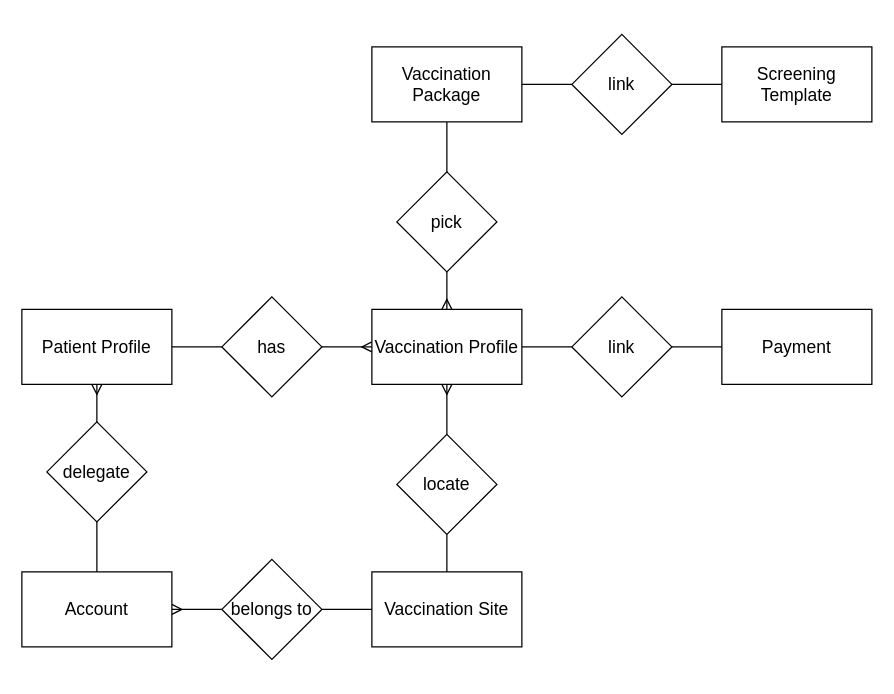
Before: page "ERD" (4 of 5) of docs/design.drawio in censodev/vrms-server, a draw.io diagram. Source tidied: cells renumbered, new cells numbered last; positions are measured from the earlier drawing's top-left corner, leaving out a move shared by most shapes. Both pictures are drawn from the tidied source at 125%, with x=0, y=0 at pixel (21, 34).
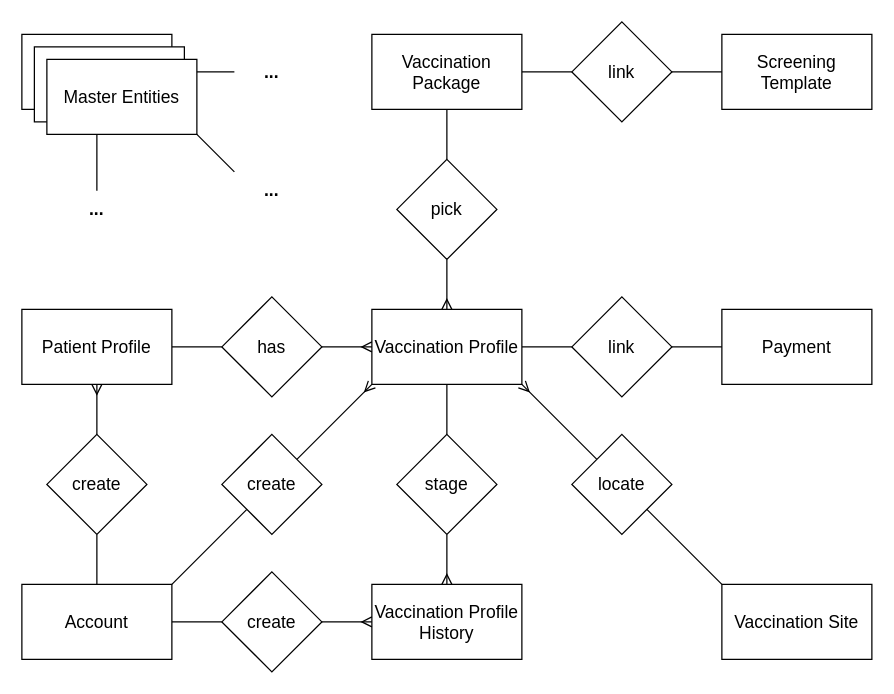
The same diagram, later.

Unchanged cells that the change refers to:
```xml
<mxCell id="9" value="Vaccination Profile" style="rounded=0;whiteSpace=wrap;html=1;fontSize=14;direction=east;" parent="1" vertex="1">
  <mxGeometry x="280" y="220" width="120" height="60" as="geometry" />
</mxCell>
```

Diff of the diagram source:
```diff
@@
+    <mxCell id="30" style="edgeStyle=none;rounded=0;jettySize=auto;html=1;exitX=0.5;exitY=1;exitDx=0;exitDy=0;entryX=0.5;entryY=0;entryDx=0;entryDy=0;fontSize=14;endArrow=none;endFill=0;" parent="1" edge="1" source="33" target="46">
+      <mxGeometry relative="1" as="geometry" />
+    </mxCell>
+    <mxCell id="31" style="edgeStyle=none;rounded=0;jettySize=auto;html=1;exitX=1;exitY=0.5;exitDx=0;exitDy=0;entryX=0;entryY=0.5;entryDx=0;entryDy=0;fontSize=14;endArrow=none;endFill=0;" parent="1" edge="1" source="33" target="47">
+      <mxGeometry relative="1" as="geometry" />
+    </mxCell>
+    <mxCell id="32" style="edgeStyle=none;rounded=0;jettySize=auto;html=1;exitX=1;exitY=1;exitDx=0;exitDy=0;entryX=0;entryY=0;entryDx=0;entryDy=0;fontSize=14;endArrow=none;endFill=0;" parent="1" edge="1" source="33" target="48">
+      <mxGeometry relative="1" as="geometry" />
+    </mxCell>
+    <mxCell id="33" style="rounded=0;whiteSpace=wrap;html=1;fontSize=14;" parent="1" vertex="1">
+      <mxGeometry width="120" height="60" as="geometry" />
+    </mxCell>
+    <mxCell id="34" style="rounded=0;whiteSpace=wrap;html=1;fontSize=14;" parent="1" vertex="1">
+      <mxGeometry x="10" y="10" width="120" height="60" as="geometry" />
+    </mxCell>
@@
-    <mxCell id="3" style="edgeStyle=orthogonalEdgeStyle;rounded=0;jettySize=auto;html=1;exitX=1;exitY=0.5;exitDx=0;exitDy=0;entryX=0;entryY=0.5;entryDx=0;entryDy=0;endArrow=none;endFill=0;startArrow=ERmany;startFill=0;" parent="1" edge="1" source="4" target="29">
-      <mxGeometry relative="1" as="geometry" />
-    </mxCell>
+    <mxCell id="35" style="rounded=0;jettySize=auto;html=1;exitX=1;exitY=0;exitDx=0;exitDy=0;entryX=0;entryY=1;entryDx=0;entryDy=0;fontSize=14;endArrow=none;endFill=0;" parent="1" edge="1" source="4" target="39">
+      <mxGeometry relative="1" as="geometry" />
+    </mxCell>
+    <mxCell id="36" style="edgeStyle=none;rounded=0;jettySize=auto;html=1;exitX=1;exitY=0.5;exitDx=0;exitDy=0;fontSize=14;endArrow=none;endFill=0;" parent="1" edge="1" source="4" target="42">
+      <mxGeometry relative="1" as="geometry" />
+    </mxCell>
     <mxCell id="4" value="Account" style="rounded=0;whiteSpace=wrap;html=1;fontSize=14;direction=east;" parent="1" vertex="1">
-      <mxGeometry y="430" width="120" height="60" as="geometry" />
+      <mxGeometry y="440" width="120" height="60" as="geometry" />
     </mxCell>
@@
-    <mxCell id="8" style="edgeStyle=orthogonalEdgeStyle;rounded=0;jettySize=auto;html=1;exitX=0.5;exitY=1;exitDx=0;exitDy=0;entryX=0.5;entryY=0;entryDx=0;entryDy=0;fontSize=14;endArrow=none;endFill=0;startArrow=ERmany;startFill=0;" parent="1" edge="1" source="9" target="27">
+    <mxCell id="8" style="rounded=0;jettySize=auto;html=1;exitX=1;exitY=1;exitDx=0;exitDy=0;entryX=0;entryY=0;entryDx=0;entryDy=0;fontSize=14;endArrow=none;endFill=0;startArrow=ERmany;startFill=0;" parent="1" edge="1" source="9" target="27">
       <mxGeometry relative="1" as="geometry" />
     </mxCell>
+    <mxCell id="37" style="edgeStyle=none;rounded=0;jettySize=auto;html=1;exitX=0.5;exitY=1;exitDx=0;exitDy=0;entryX=0.5;entryY=0;entryDx=0;entryDy=0;fontSize=14;endArrow=none;endFill=0;" parent="1" edge="1" source="9" target="44">
+      <mxGeometry relative="1" as="geometry" />
+    </mxCell>
@@
     <mxCell id="12" value="Vaccination Package" style="rounded=0;whiteSpace=wrap;html=1;fontSize=14;direction=east;" parent="1" vertex="1">
-      <mxGeometry x="280" y="10" width="120" height="60" as="geometry" />
+      <mxGeometry x="280" width="120" height="60" as="geometry" />
     </mxCell>
     <mxCell id="13" value="Screening Template" style="rounded=0;whiteSpace=wrap;html=1;fontSize=14;direction=east;" parent="1" vertex="1">
-      <mxGeometry x="560" y="10" width="120" height="60" as="geometry" />
+      <mxGeometry x="560" width="120" height="60" as="geometry" />
     </mxCell>
@@
-    <mxCell id="16" value="delegate" style="rhombus;whiteSpace=wrap;html=1;fontSize=14;direction=east;" parent="1" vertex="1">
-      <mxGeometry x="20" y="310" width="80" height="80" as="geometry" />
+    <mxCell id="16" value="create" style="rhombus;whiteSpace=wrap;html=1;fontSize=14;direction=east;" parent="1" vertex="1">
+      <mxGeometry x="20" y="320" width="80" height="80" as="geometry" />
     </mxCell>
@@
     <mxCell id="20" value="pick" style="rhombus;whiteSpace=wrap;html=1;fontSize=14;direction=east;" parent="1" vertex="1">
-      <mxGeometry x="300" y="110" width="80" height="80" as="geometry" />
+      <mxGeometry x="300" y="100" width="80" height="80" as="geometry" />
     </mxCell>
@@
     <mxCell id="22" value="link" style="rhombus;whiteSpace=wrap;html=1;fontSize=14;direction=east;" parent="1" vertex="1">
-      <mxGeometry x="440" width="80" height="80" as="geometry" />
+      <mxGeometry x="440" y="-10" width="80" height="80" as="geometry" />
     </mxCell>
@@
     <mxCell id="25" value="Vaccination Site" style="rounded=0;whiteSpace=wrap;html=1;fontSize=14;direction=east;" parent="1" vertex="1">
-      <mxGeometry x="280" y="430" width="120" height="60" as="geometry" />
+      <mxGeometry x="560" y="440" width="120" height="60" as="geometry" />
     </mxCell>
-    <mxCell id="26" style="edgeStyle=orthogonalEdgeStyle;rounded=0;jettySize=auto;html=1;exitX=0.5;exitY=1;exitDx=0;exitDy=0;entryX=0.5;entryY=0;entryDx=0;entryDy=0;fontSize=14;endArrow=none;endFill=0;" parent="1" edge="1" source="27" target="25">
+    <mxCell id="26" style="rounded=0;jettySize=auto;html=1;exitX=1;exitY=1;exitDx=0;exitDy=0;entryX=0;entryY=0;entryDx=0;entryDy=0;fontSize=14;endArrow=none;endFill=0;" parent="1" edge="1" source="27" target="25">
       <mxGeometry relative="1" as="geometry" />
     </mxCell>
     <mxCell id="27" value="locate" style="rhombus;whiteSpace=wrap;html=1;fontSize=14;direction=east;" parent="1" vertex="1">
-      <mxGeometry x="300" y="320" width="80" height="80" as="geometry" />
+      <mxGeometry x="440" y="320" width="80" height="80" as="geometry" />
     </mxCell>
-    <mxCell id="28" style="edgeStyle=orthogonalEdgeStyle;rounded=0;jettySize=auto;html=1;exitX=1;exitY=0.5;exitDx=0;exitDy=0;entryX=0;entryY=0.5;entryDx=0;entryDy=0;fontSize=14;endArrow=none;endFill=0;" parent="1" edge="1" source="29" target="25">
-      <mxGeometry relative="1" as="geometry" />
-    </mxCell>
-    <mxCell id="29" value="belongs to" style="rhombus;whiteSpace=wrap;html=1;fontSize=14;direction=east;" parent="1" vertex="1">
-      <mxGeometry x="160" y="420" width="80" height="80" as="geometry" />
-    </mxCell>
+    <mxCell id="38" style="edgeStyle=none;rounded=0;jettySize=auto;html=1;exitX=1;exitY=0;exitDx=0;exitDy=0;entryX=0;entryY=1;entryDx=0;entryDy=0;fontSize=14;endArrow=ERmany;endFill=0;" parent="1" edge="1" source="39" target="9">
+      <mxGeometry relative="1" as="geometry" />
+    </mxCell>
+    <mxCell id="39" value="create" style="rhombus;whiteSpace=wrap;html=1;fontSize=14;direction=east;" parent="1" vertex="1">
+      <mxGeometry x="160" y="320" width="80" height="80" as="geometry" />
+    </mxCell>
+    <mxCell id="40" value="Vaccination Profile History" style="rounded=0;whiteSpace=wrap;html=1;fontSize=14;direction=east;" parent="1" vertex="1">
+      <mxGeometry x="280" y="440" width="120" height="60" as="geometry" />
+    </mxCell>
+    <mxCell id="41" style="edgeStyle=none;rounded=0;jettySize=auto;html=1;exitX=1;exitY=0.5;exitDx=0;exitDy=0;entryX=0;entryY=0.5;entryDx=0;entryDy=0;fontSize=14;endArrow=ERmany;endFill=0;" parent="1" edge="1" source="42" target="40">
+      <mxGeometry relative="1" as="geometry" />
+    </mxCell>
+    <mxCell id="42" value="create" style="rhombus;whiteSpace=wrap;html=1;fontSize=14;direction=east;" parent="1" vertex="1">
+      <mxGeometry x="160" y="430" width="80" height="80" as="geometry" />
+    </mxCell>
+    <mxCell id="43" style="edgeStyle=none;rounded=0;jettySize=auto;html=1;exitX=0.5;exitY=1;exitDx=0;exitDy=0;entryX=0.5;entryY=0;entryDx=0;entryDy=0;fontSize=14;endArrow=ERmany;endFill=0;" parent="1" edge="1" source="44" target="40">
+      <mxGeometry relative="1" as="geometry" />
+    </mxCell>
+    <mxCell id="44" value="stage" style="rhombus;whiteSpace=wrap;html=1;fontSize=14;direction=east;" parent="1" vertex="1">
+      <mxGeometry x="300" y="320" width="80" height="80" as="geometry" />
+    </mxCell>
+    <mxCell id="45" value="Master Entities" style="rounded=0;whiteSpace=wrap;html=1;fontSize=14;" parent="1" vertex="1">
+      <mxGeometry x="20" y="20" width="120" height="60" as="geometry" />
+    </mxCell>
+    <mxCell id="46" value="..." style="text;html=1;strokeColor=none;fillColor=none;align=center;verticalAlign=middle;whiteSpace=wrap;rounded=0;fontSize=14;fontStyle=1;" parent="1" vertex="1">
+      <mxGeometry x="30" y="125" width="60" height="30" as="geometry" />
+    </mxCell>
+    <mxCell id="47" value="..." style="text;html=1;strokeColor=none;fillColor=none;align=center;verticalAlign=middle;whiteSpace=wrap;rounded=0;fontSize=14;fontStyle=1;" parent="1" vertex="1">
+      <mxGeometry x="170" y="15" width="60" height="30" as="geometry" />
+    </mxCell>
+    <mxCell id="48" value="..." style="text;html=1;strokeColor=none;fillColor=none;align=center;verticalAlign=middle;whiteSpace=wrap;rounded=0;fontSize=14;fontStyle=1;" parent="1" vertex="1">
+      <mxGeometry x="170" y="110" width="60" height="30" as="geometry" />
+    </mxCell>
```
